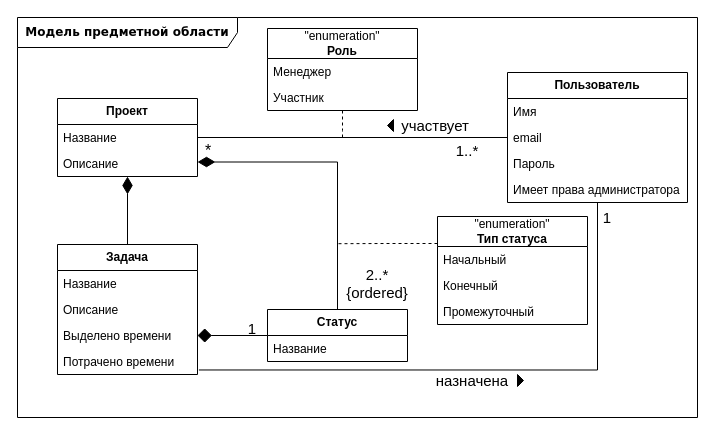
Earlier version of the draw.io diagram docs/raw_diagrams/domain_model.drawio (aVorotnikov/thunder_board). Source tidied: cells renumbered, new cells numbered last; positions are measured from the earlier drawing's top-left corner, leaving out a move shared by most shapes. Both pictures are drawn from the tidied source at 100%, with x=0, y=0 at pixel (17, 17).
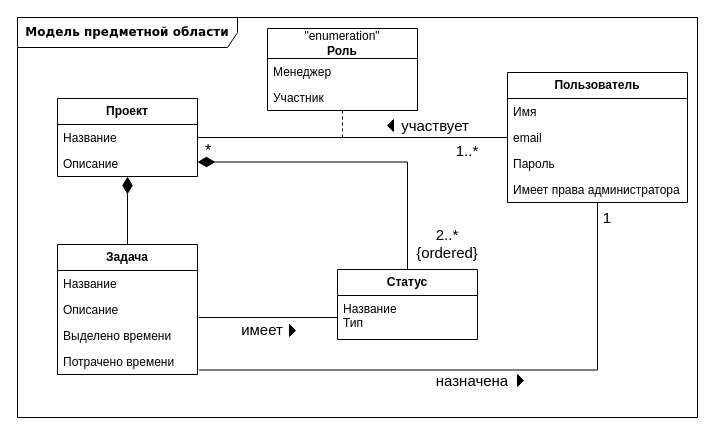
Above is the later version.

Commit message (it also covers changes not shown here):
Исправлена модель предметной области

The change refers to these unchanged cells:
```xml
<mxCell id="9" value="Описание" style="text;strokeColor=none;fillColor=none;align=left;verticalAlign=top;spacingLeft=4;spacingRight=4;overflow=hidden;points=[[0,0.5],[1,0.5]];portConstraint=eastwest;whiteSpace=wrap;html=1;" parent="7" vertex="1">
  <mxGeometry y="52" width="140" height="26" as="geometry" />
</mxCell>
<mxCell id="10" value="Выделено времени" style="text;strokeColor=none;fillColor=none;align=left;verticalAlign=top;spacingLeft=4;spacingRight=4;overflow=hidden;points=[[0,0.5],[1,0.5]];portConstraint=eastwest;whiteSpace=wrap;html=1;" parent="7" vertex="1">
  <mxGeometry y="78" width="140" height="26" as="geometry" />
</mxCell>
<mxCell id="16" value="*" style="text;html=1;strokeColor=none;fillColor=none;align=center;verticalAlign=middle;whiteSpace=wrap;rounded=0;fontSize=16;" parent="1" vertex="1">
  <mxGeometry x="180" y="121.5" width="22" height="23" as="geometry" />
</mxCell>
```

Diff of the diagram source:
```diff
@@
-    <mxCell id="6" style="edgeStyle=orthogonalEdgeStyle;rounded=0;jettySize=auto;html=1;endArrow=none;endFill=0;exitX=1;exitY=0.5;exitDx=0;exitDy=0;startArrow=diamond;startFill=1;endSize=9;startSize=12;" parent="1" edge="1" source="10" target="26">
+    <mxCell id="6" style="edgeStyle=orthogonalEdgeStyle;rounded=0;jettySize=auto;html=1;endArrow=none;endFill=0;exitX=1.01;exitY=0.808;exitDx=0;exitDy=0;startArrow=none;startFill=0;endSize=9;startSize=12;entryX=0;entryY=0.5;entryDx=0;entryDy=0;exitPerimeter=0;" parent="1" edge="1" source="9" target="27">
       <mxGeometry relative="1" as="geometry" />
     </mxCell>
@@
-    <mxCell id="15" style="edgeStyle=orthogonalEdgeStyle;rounded=0;jettySize=auto;html=1;exitX=0;exitY=1;exitDx=0;exitDy=0;endArrow=none;endFill=0;startArrow=diamondThin;startFill=1;endSize=11;startSize=15;" parent="1" edge="1" source="16" target="26">
+    <mxCell id="15" style="edgeStyle=orthogonalEdgeStyle;rounded=0;jettySize=auto;html=1;exitX=0;exitY=1;exitDx=0;exitDy=0;endArrow=none;endFill=0;startArrow=diamondThin;startFill=1;endSize=11;startSize=15;entryX=0.5;entryY=0;entryDx=0;entryDy=0;" parent="1" edge="1" source="16" target="26">
       <mxGeometry relative="1" as="geometry">
         <Array as="points">
-          <mxPoint x="320" y="145" />
+          <mxPoint x="390" y="145" />
         </Array>
       </mxGeometry>
     </mxCell>
@@
     <mxCell id="26" value="&lt;b&gt;Статус&lt;/b&gt;" style="swimlane;fontStyle=0;horizontal=1;startSize=26;fillColor=none;whiteSpace=wrap;html=1;" parent="1" vertex="1">
-      <mxGeometry x="250" y="292" width="140" height="52" as="geometry" />
+      <mxGeometry x="320" y="252" width="140" height="70" as="geometry" />
     </mxCell>
-    <mxCell id="27" value="Название&amp;nbsp;" style="text;strokeColor=none;fillColor=none;align=left;verticalAlign=top;spacingLeft=4;spacingRight=4;overflow=hidden;points=[[0,0.5],[1,0.5]];portConstraint=eastwest;whiteSpace=wrap;html=1;" parent="26" vertex="1">
-      <mxGeometry y="26" width="140" height="26" as="geometry" />
+    <mxCell id="27" value="Название&lt;br&gt;Тип" style="text;strokeColor=none;fillColor=none;align=left;verticalAlign=top;spacingLeft=4;spacingRight=4;overflow=hidden;points=[[0,0.5],[1,0.5]];portConstraint=eastwest;whiteSpace=wrap;html=1;" parent="26" vertex="1">
+      <mxGeometry y="26" width="140" height="44" as="geometry" />
     </mxCell>
-    <mxCell id="28" value="1" style="text;html=1;strokeColor=none;fillColor=none;align=center;verticalAlign=middle;whiteSpace=wrap;rounded=0;fontSize=15;" parent="1" vertex="1">
-      <mxGeometry x="220" y="301" width="30" height="20" as="geometry" />
-    </mxCell>
     <mxCell id="29" value="2..* {ordered}" style="text;html=1;strokeColor=none;fillColor=none;align=center;verticalAlign=middle;whiteSpace=wrap;rounded=0;fontSize=15;" parent="1" vertex="1">
-      <mxGeometry x="330" y="251" width="60" height="30" as="geometry" />
+      <mxGeometry x="400" y="211" width="60" height="30" as="geometry" />
     </mxCell>
-    <mxCell id="30" style="edgeStyle=orthogonalEdgeStyle;rounded=0;jettySize=auto;html=1;exitX=0;exitY=0.25;exitDx=0;exitDy=0;endArrow=none;endFill=0;dashed=1;" parent="1" edge="1" source="31">
-      <mxGeometry relative="1" as="geometry">
-        <mxPoint x="320" y="226.2" as="targetPoint" />
-      </mxGeometry>
-    </mxCell>
-    <mxCell id="31" value="&quot;enumeration&quot;&lt;br&gt;&lt;b&gt;Тип статуса&lt;/b&gt;" style="swimlane;fontStyle=0;horizontal=1;startSize=30;fillColor=none;whiteSpace=wrap;html=1;" parent="1" vertex="1">
-      <mxGeometry x="420" y="199" width="150" height="108" as="geometry" />
-    </mxCell>
-    <mxCell id="32" value="Начальный" style="text;strokeColor=none;fillColor=none;align=left;verticalAlign=top;spacingLeft=4;spacingRight=4;overflow=hidden;whiteSpace=wrap;html=1;" parent="31" vertex="1">
-      <mxGeometry y="30" width="150" height="26" as="geometry" />
-    </mxCell>
-    <mxCell id="33" value="Конечный" style="text;strokeColor=none;fillColor=none;align=left;verticalAlign=top;spacingLeft=4;spacingRight=4;overflow=hidden;whiteSpace=wrap;html=1;" parent="31" vertex="1">
-      <mxGeometry y="56" width="150" height="26" as="geometry" />
-    </mxCell>
-    <mxCell id="34" value="Промежуточный" style="text;strokeColor=none;fillColor=none;align=left;verticalAlign=top;spacingLeft=4;spacingRight=4;overflow=hidden;whiteSpace=wrap;html=1;" parent="31" vertex="1">
-      <mxGeometry y="82" width="150" height="26" as="geometry" />
-    </mxCell>
@@
+    <mxCell id="41" value="имеет" style="text;html=1;strokeColor=none;fillColor=none;align=center;verticalAlign=middle;whiteSpace=wrap;rounded=0;fontSize=15;" parent="1" vertex="1">
+      <mxGeometry x="180" y="302" width="130" height="20" as="geometry" />
+    </mxCell>
+    <mxCell id="42" style="triangle;fillColor=strokeColor;" parent="1" vertex="1">
+      <mxGeometry x="272" y="307" width="6" height="12" as="geometry" />
+    </mxCell>
```
